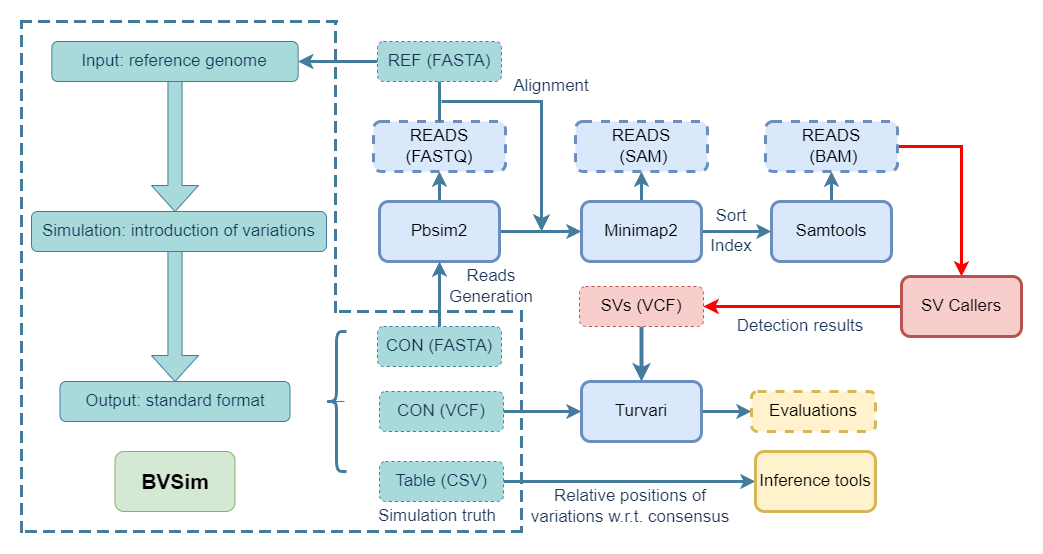
YongyiLuo98/BVSim keeps this draw.io diagram as flow_chart_pipline.png. Above is the earlier version. Source tidied: cells renumbered, new cells last; positions are measured from the earlier drawing's top-left corner, leaving out a move shared by most shapes.
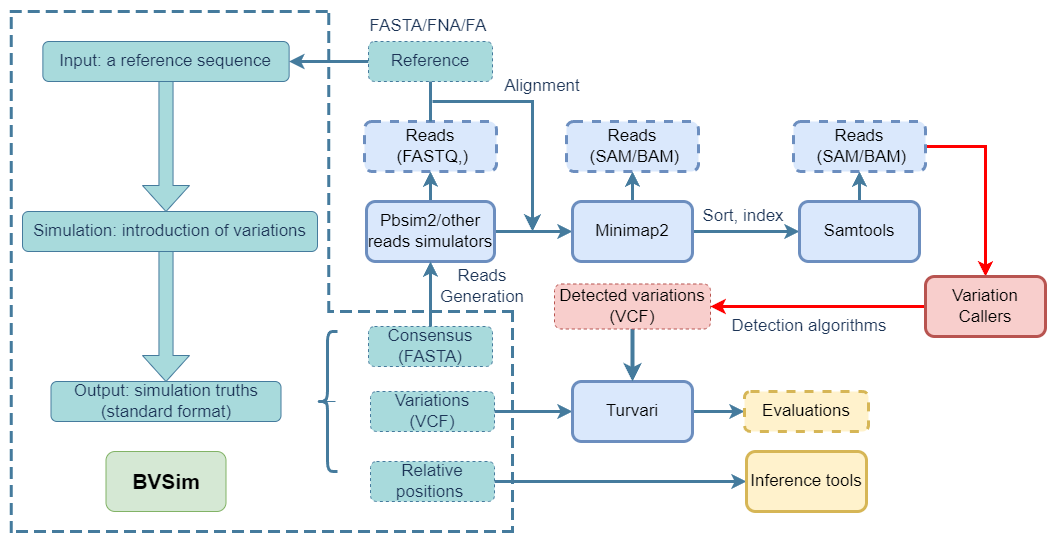
After the commit.

Diff of the diagram source:
```diff
@@ -5,13 +5,13 @@
     <mxCell id="2" style="edgeStyle=orthogonalEdgeStyle;rounded=0;jettySize=auto;html=1;strokeColor=#457B9D;fontColor=#1D3557;fillColor=#A8DADC;" parent="1" edge="1" source="3" target="8">
       <mxGeometry relative="1" as="geometry" />
     </mxCell>
-    <mxCell id="3" value="Input: reference genome" style="rounded=1;whiteSpace=wrap;html=1;fontSize=17;glass=0;strokeWidth=1;shadow=0;labelBackgroundColor=none;fillColor=#A8DADC;strokeColor=#457B9D;fontColor=#1D3557;" parent="1" vertex="1">
+    <mxCell id="3" value="Input: a reference sequence" style="rounded=1;whiteSpace=wrap;html=1;fontSize=17;glass=0;strokeWidth=1;shadow=0;labelBackgroundColor=none;fillColor=#A8DADC;strokeColor=#457B9D;fontColor=#1D3557;" parent="1" vertex="1">
       <mxGeometry x="30.4" y="20" width="246.2" height="40" as="geometry" />
     </mxCell>
     <mxCell id="4" value="Simulation: introduction of variations" style="rounded=1;whiteSpace=wrap;html=1;fontSize=17;glass=0;strokeWidth=1;shadow=0;labelBackgroundColor=none;fillColor=#A8DADC;strokeColor=#457B9D;fontColor=#1D3557;" parent="1" vertex="1">
       <mxGeometry x="10" y="190" width="295" height="40" as="geometry" />
     </mxCell>
-    <mxCell id="5" value="Output: standard format" style="rounded=1;whiteSpace=wrap;html=1;fontSize=17;glass=0;strokeWidth=1;shadow=0;labelBackgroundColor=none;fillColor=#A8DADC;strokeColor=#457B9D;fontColor=#1D3557;" parent="1" vertex="1">
+    <mxCell id="5" value="Output: simulation truths&lt;div&gt;(standard format)&lt;/div&gt;" style="rounded=1;whiteSpace=wrap;html=1;fontSize=17;glass=0;strokeWidth=1;shadow=0;labelBackgroundColor=none;fillColor=#A8DADC;strokeColor=#457B9D;fontColor=#1D3557;" parent="1" vertex="1">
       <mxGeometry x="38.5" y="360" width="230" height="40" as="geometry" />
     </mxCell>
     <mxCell id="6" style="shape=singleArrow;direction=south;whiteSpace=wrap;html=1;labelBackgroundColor=none;fillColor=#A8DADC;strokeColor=#457B9D;fontColor=#1D3557;" parent="1" vertex="1">
@@ -29,8 +29,8 @@
     <mxCell id="10" style="edgeStyle=orthogonalEdgeStyle;rounded=0;jettySize=auto;html=1;exitX=0.5;exitY=0;exitDx=0;exitDy=0;entryX=0.5;entryY=1;entryDx=0;entryDy=0;strokeColor=#457B9D;fontColor=#1D3557;fillColor=#A8DADC;strokeWidth=3;" parent="1" edge="1" source="11" target="17">
       <mxGeometry relative="1" as="geometry" />
     </mxCell>
-    <mxCell id="11" value="Pbsim2" style="rounded=1;whiteSpace=wrap;html=1;strokeColor=#6c8ebf;fillColor=#dae8fc;strokeWidth=3;fontSize=17;" parent="1" vertex="1">
-      <mxGeometry x="358" y="180" width="120" height="60" as="geometry" />
+    <mxCell id="11" value="Pbsim2/other reads simulators" style="rounded=1;whiteSpace=wrap;html=1;strokeColor=#6c8ebf;fillColor=#dae8fc;strokeWidth=3;fontSize=17;" parent="1" vertex="1">
+      <mxGeometry x="354" y="180" width="128" height="60" as="geometry" />
     </mxCell>
     <mxCell id="12" style="edgeStyle=orthogonalEdgeStyle;rounded=0;orthogonalLoop=1;jettySize=auto;html=1;exitX=0.9;exitY=0.5;exitDx=0;exitDy=0;exitPerimeter=0;entryX=0.1;entryY=0.5;entryDx=0;entryDy=0;entryPerimeter=0;strokeColor=#457B9D;fontColor=#1D3557;fillColor=#A8DADC;" parent="1" edge="1" source="7" target="7">
       <mxGeometry relative="1" as="geometry" />
@@ -38,28 +38,28 @@
     <mxCell id="13" style="edgeStyle=orthogonalEdgeStyle;rounded=0;jettySize=auto;html=1;strokeColor=#457B9D;fontColor=#1D3557;fillColor=#A8DADC;strokeWidth=3;" parent="1" edge="1" source="14" target="3">
       <mxGeometry relative="1" as="geometry" />
     </mxCell>
-    <mxCell id="14" value="REF (FASTA)" style="rounded=1;whiteSpace=wrap;html=1;fontSize=17;glass=0;strokeWidth=1;shadow=0;labelBackgroundColor=none;fillColor=#A8DADC;strokeColor=#457B9D;fontColor=#1D3557;dashed=1;" parent="1" vertex="1">
+    <mxCell id="14" value="Reference" style="rounded=1;whiteSpace=wrap;html=1;fontSize=17;glass=0;strokeWidth=1;shadow=0;labelBackgroundColor=none;fillColor=#A8DADC;strokeColor=#457B9D;fontColor=#1D3557;dashed=1;" parent="1" vertex="1">
       <mxGeometry x="356" y="20" width="124" height="40" as="geometry" />
     </mxCell>
     <mxCell id="15" style="edgeStyle=orthogonalEdgeStyle;rounded=0;jettySize=auto;html=1;strokeColor=#457B9D;fontColor=#1D3557;fillColor=#A8DADC;strokeWidth=3;" parent="1" edge="1" source="16" target="11">
       <mxGeometry relative="1" as="geometry" />
     </mxCell>
-    <mxCell id="16" value="CON (FASTA)" style="rounded=1;whiteSpace=wrap;html=1;fontSize=17;glass=0;strokeWidth=1;shadow=0;labelBackgroundColor=none;fillColor=#A8DADC;strokeColor=#457B9D;fontColor=#1D3557;dashed=1;" parent="1" vertex="1">
+    <mxCell id="16" value="Consensus (FASTA)" style="rounded=1;whiteSpace=wrap;html=1;fontSize=17;glass=0;strokeWidth=1;shadow=0;labelBackgroundColor=none;fillColor=#A8DADC;strokeColor=#457B9D;fontColor=#1D3557;dashed=1;" parent="1" vertex="1">
       <mxGeometry x="356" y="305" width="124" height="40" as="geometry" />
     </mxCell>
-    <mxCell id="17" value="READS (FASTQ)" style="rounded=1;whiteSpace=wrap;html=1;fontSize=17;glass=0;strokeWidth=3;shadow=0;labelBackgroundColor=none;fillColor=#dae8fc;strokeColor=#6c8ebf;dashed=1;" parent="1" vertex="1">
+    <mxCell id="17" value="Reads&lt;div&gt;&amp;nbsp;(FASTQ,)&lt;/div&gt;" style="rounded=1;whiteSpace=wrap;html=1;fontSize=17;glass=0;strokeWidth=3;shadow=0;labelBackgroundColor=none;fillColor=#dae8fc;strokeColor=#6c8ebf;dashed=1;" parent="1" vertex="1">
       <mxGeometry x="352" y="100" width="132" height="50" as="geometry" />
     </mxCell>
     <mxCell id="18" style="edgeStyle=orthogonalEdgeStyle;rounded=0;jettySize=auto;html=1;exitX=1;exitY=0.5;exitDx=0;exitDy=0;entryX=0;entryY=0.5;entryDx=0;entryDy=0;strokeColor=#457B9D;fontColor=#1D3557;fillColor=#A8DADC;strokeWidth=3;" parent="1" edge="1" source="19" target="31">
       <mxGeometry relative="1" as="geometry" />
     </mxCell>
-    <mxCell id="19" value="CON (VCF)" style="rounded=1;whiteSpace=wrap;html=1;fontSize=17;glass=0;strokeWidth=1;shadow=0;labelBackgroundColor=none;fillColor=#A8DADC;strokeColor=#457B9D;fontColor=#1D3557;dashed=1;" parent="1" vertex="1">
+    <mxCell id="19" value="Variations (VCF)" style="rounded=1;whiteSpace=wrap;html=1;fontSize=17;glass=0;strokeWidth=1;shadow=0;labelBackgroundColor=none;fillColor=#A8DADC;strokeColor=#457B9D;fontColor=#1D3557;dashed=1;" parent="1" vertex="1">
       <mxGeometry x="358" y="370" width="124" height="40" as="geometry" />
     </mxCell>
     <mxCell id="20" style="edgeStyle=orthogonalEdgeStyle;rounded=0;jettySize=auto;html=1;strokeColor=#457B9D;fontColor=#1D3557;fillColor=#A8DADC;entryX=0;entryY=0.5;entryDx=0;entryDy=0;strokeWidth=3;" parent="1" edge="1" source="21" target="45">
       <mxGeometry relative="1" as="geometry" />
     </mxCell>
-    <mxCell id="21" value="Table (CSV)" style="rounded=1;whiteSpace=wrap;html=1;fontSize=17;glass=0;strokeWidth=1;shadow=0;labelBackgroundColor=none;fillColor=#A8DADC;strokeColor=#457B9D;fontColor=#1D3557;dashed=1;" parent="1" vertex="1">
+    <mxCell id="21" value="Relative positions&amp;nbsp;" style="rounded=1;whiteSpace=wrap;html=1;fontSize=17;glass=0;strokeWidth=1;shadow=0;labelBackgroundColor=none;fillColor=#A8DADC;strokeColor=#457B9D;fontColor=#1D3557;dashed=1;" parent="1" vertex="1">
       <mxGeometry x="358" y="440" width="124" height="40" as="geometry" />
     </mxCell>
     <mxCell id="22" style="edgeStyle=orthogonalEdgeStyle;rounded=0;jettySize=auto;html=1;strokeColor=#457B9D;fontColor=#1D3557;fillColor=#A8DADC;strokeWidth=3;" parent="1" edge="1" source="24" target="29">
@@ -86,7 +86,7 @@
         <mxPoint x="520" y="210" as="targetPoint" />
       </mxGeometry>
     </mxCell>
-    <mxCell id="29" value="READS&lt;div&gt;&amp;nbsp;(SAM)&lt;/div&gt;" style="rounded=1;whiteSpace=wrap;html=1;fontSize=17;glass=0;strokeWidth=3;shadow=0;labelBackgroundColor=none;fillColor=#dae8fc;strokeColor=#6c8ebf;dashed=1;" parent="1" vertex="1">
+    <mxCell id="29" value="Reads&lt;div&gt;&amp;nbsp;(SAM/BAM)&lt;/div&gt;" style="rounded=1;whiteSpace=wrap;html=1;fontSize=17;glass=0;strokeWidth=3;shadow=0;labelBackgroundColor=none;fillColor=#dae8fc;strokeColor=#6c8ebf;dashed=1;" parent="1" vertex="1">
       <mxGeometry x="554" y="100" width="132" height="50" as="geometry" />
     </mxCell>
     <mxCell id="30" style="edgeStyle=orthogonalEdgeStyle;rounded=0;jettySize=auto;html=1;strokeColor=#457B9D;fontColor=#1D3557;fillColor=#A8DADC;strokeWidth=3;" parent="1" edge="1" source="31" target="42">
@@ -99,58 +99,52 @@
       <mxGeometry relative="1" as="geometry" />
     </mxCell>
     <mxCell id="33" value="Samtools" style="rounded=1;whiteSpace=wrap;html=1;strokeColor=#6c8ebf;fillColor=#dae8fc;strokeWidth=3;fontSize=17;" parent="1" vertex="1">
-      <mxGeometry x="750" y="180" width="120" height="60" as="geometry" />
+      <mxGeometry x="787" y="180" width="120" height="60" as="geometry" />
     </mxCell>
-    <mxCell id="34" style="edgeStyle=orthogonalEdgeStyle;rounded=0;jettySize=auto;html=1;strokeColor=#FF0000;fontColor=#1D3557;fillColor=#A8DADC;entryX=0.5;entryY=0;entryDx=0;entryDy=0;strokeWidth=3;" parent="1" edge="1" source="35" target="39">
+    <mxCell id="34" style="edgeStyle=orthogonalEdgeStyle;rounded=0;jettySize=auto;html=1;strokeColor=#FF0000;fontColor=#1D3557;fillColor=#A8DADC;entryX=0.5;entryY=0;entryDx=0;entryDy=0;strokeWidth=3;exitX=1;exitY=0.5;exitDx=0;exitDy=0;" parent="1" edge="1" source="35" target="39">
       <mxGeometry relative="1" as="geometry" />
     </mxCell>
-    <mxCell id="35" value="READS&lt;div&gt;&amp;nbsp;(BAM)&lt;/div&gt;" style="rounded=1;whiteSpace=wrap;html=1;fontSize=17;glass=0;strokeWidth=3;shadow=0;labelBackgroundColor=none;fillColor=#dae8fc;strokeColor=#6c8ebf;dashed=1;" parent="1" vertex="1">
-      <mxGeometry x="744" y="100" width="132" height="50" as="geometry" />
+    <mxCell id="35" value="Reads&lt;div&gt;&amp;nbsp;(SAM/BAM)&lt;/div&gt;" style="rounded=1;whiteSpace=wrap;html=1;fontSize=17;glass=0;strokeWidth=3;shadow=0;labelBackgroundColor=none;fillColor=#dae8fc;strokeColor=#6c8ebf;dashed=1;" parent="1" vertex="1">
+      <mxGeometry x="781" y="100" width="132" height="50" as="geometry" />
     </mxCell>
-    <mxCell id="36" value="Index" style="text;html=1;align=center;verticalAlign=middle;whiteSpace=wrap;rounded=0;fontColor=#1D3557;fontSize=17;" parent="1" vertex="1">
-      <mxGeometry x="660" y="210" width="100" height="30" as="geometry" />
-    </mxCell>
-    <mxCell id="37" value="Sort" style="text;html=1;align=center;verticalAlign=middle;whiteSpace=wrap;rounded=0;fontColor=#1D3557;fontSize=17;" parent="1" vertex="1">
-      <mxGeometry x="660" y="180" width="100" height="30" as="geometry" />
+    <mxCell id="37" value="Sort, index" style="text;html=1;align=center;verticalAlign=middle;whiteSpace=wrap;rounded=0;fontColor=#1D3557;fontSize=17;" parent="1" vertex="1">
+      <mxGeometry x="681" y="180" width="100" height="30" as="geometry" />
     </mxCell>
     <mxCell id="38" style="edgeStyle=orthogonalEdgeStyle;rounded=0;jettySize=auto;html=1;strokeColor=#FF0000;fontColor=#1D3557;fillColor=#A8DADC;strokeWidth=3;" parent="1" edge="1" source="39" target="41">
       <mxGeometry relative="1" as="geometry" />
     </mxCell>
-    <mxCell id="39" value="SV Callers" style="rounded=1;whiteSpace=wrap;html=1;strokeColor=#b85450;fillColor=#f8cecc;strokeWidth=3;fontSize=17;" parent="1" vertex="1">
-      <mxGeometry x="880" y="255" width="120" height="60" as="geometry" />
+    <mxCell id="39" value="Variation Callers" style="rounded=1;whiteSpace=wrap;html=1;strokeColor=#b85450;fillColor=#f8cecc;strokeWidth=3;fontSize=17;" parent="1" vertex="1">
+      <mxGeometry x="913" y="255" width="120" height="60" as="geometry" />
     </mxCell>
     <mxCell id="40" style="edgeStyle=orthogonalEdgeStyle;rounded=0;jettySize=auto;html=1;strokeColor=#457B9D;fontColor=#1D3557;fillColor=#A8DADC;strokeWidth=4;" parent="1" edge="1" source="41" target="31">
       <mxGeometry relative="1" as="geometry" />
     </mxCell>
-    <mxCell id="41" value="SVs (VCF)" style="rounded=1;whiteSpace=wrap;html=1;fontSize=17;glass=0;strokeWidth=1;shadow=0;labelBackgroundColor=none;fillColor=#f8cecc;strokeColor=#b85450;dashed=1;" parent="1" vertex="1">
-      <mxGeometry x="558" y="265" width="124" height="40" as="geometry" />
+    <mxCell id="41" value="Detected variations (VCF)" style="rounded=1;whiteSpace=wrap;html=1;fontSize=17;glass=0;strokeWidth=1;shadow=0;labelBackgroundColor=none;fillColor=#f8cecc;strokeColor=#b85450;dashed=1;" parent="1" vertex="1">
+      <mxGeometry x="542" y="262.5" width="156" height="45" as="geometry" />
     </mxCell>
     <mxCell id="42" value="Evaluations" style="rounded=1;whiteSpace=wrap;html=1;fontSize=17;glass=0;strokeWidth=3;shadow=0;labelBackgroundColor=none;fillColor=#fff2cc;strokeColor=#d6b656;dashed=1;" parent="1" vertex="1">
-      <mxGeometry x="730" y="370" width="124" height="40" as="geometry" />
+      <mxGeometry x="732" y="370" width="124" height="40" as="geometry" />
     </mxCell>
-    <mxCell id="43" value="Simulation truth" style="text;html=1;align=center;verticalAlign=middle;whiteSpace=wrap;rounded=0;fontColor=#1D3557;fontSize=17;" parent="1" vertex="1">
-      <mxGeometry x="332" y="480" width="168" height="30" as="geometry" />
-    </mxCell>
-    <mxCell id="44" value="Detection results" style="text;html=1;align=center;verticalAlign=middle;whiteSpace=wrap;rounded=0;fontColor=#1D3557;fontSize=17;" parent="1" vertex="1">
-      <mxGeometry x="704" y="290" width="150" height="30" as="geometry" />
+    <mxCell id="44" value="Detection algorithms" style="text;html=1;align=center;verticalAlign=middle;whiteSpace=wrap;rounded=0;fontColor=#1D3557;fontSize=17;" parent="1" vertex="1">
+      <mxGeometry x="704" y="290" width="186" height="30" as="geometry" />
     </mxCell>
     <mxCell id="45" value="Inference tools" style="rounded=1;whiteSpace=wrap;html=1;strokeColor=#d6b656;fillColor=#fff2cc;strokeWidth=3;fontSize=17;" parent="1" vertex="1">
       <mxGeometry x="734" y="430" width="120" height="60" as="geometry" />
     </mxCell>
-    <mxCell id="46" value="&lt;span style=&quot;background-color: initial;&quot;&gt;Relative positions of v&lt;/span&gt;ar&lt;span style=&quot;background-color: initial;&quot;&gt;iations&amp;nbsp;&lt;/span&gt;&lt;span style=&quot;background-color: initial;&quot;&gt;w.r.t. consensus&lt;/span&gt;" style="text;html=1;align=center;verticalAlign=middle;whiteSpace=wrap;rounded=0;fontColor=#1D3557;fontSize=17;" parent="1" vertex="1">
-      <mxGeometry x="500" y="470" width="218" height="30" as="geometry" />
-    </mxCell>
     <mxCell id="47" style="shape=partialRectangle;whiteSpace=wrap;html=1;bottom=0;right=0;fillColor=none;strokeColor=#457B9D;fontColor=#1D3557;strokeWidth=3;dashed=1;" parent="1" vertex="1">
-      <mxGeometry width="320" height="510" as="geometry" />
+      <mxGeometry x="-1.2" y="-10" width="317.5" height="520" as="geometry" />
     </mxCell>
     <mxCell id="48" style="shape=partialRectangle;whiteSpace=wrap;html=1;bottom=0;right=0;fillColor=none;strokeColor=#457B9D;fontColor=#1D3557;direction=west;strokeWidth=3;dashed=1;" parent="1" vertex="1">
-      <mxGeometry y="290" width="500" height="220" as="geometry" />
+      <mxGeometry x="-1.2" y="290" width="501.2" height="220" as="geometry" />
     </mxCell>
     <mxCell id="49" style="shape=partialRectangle;whiteSpace=wrap;html=1;bottom=0;right=0;fillColor=none;strokeColor=#457B9D;fontColor=#1D3557;direction=north;strokeWidth=3;dashed=1;" parent="1" vertex="1">
-      <mxGeometry x="314" width="176" height="290" as="geometry" />
+      <mxGeometry x="316.2" y="-10" width="183.8" height="300" as="geometry" />
     </mxCell>
     <mxCell id="50" value="BVSim" style="rounded=1;whiteSpace=wrap;html=1;strokeColor=#82b366;fillColor=#d5e8d4;fontSize=21;fontStyle=1;" parent="1" vertex="1">
       <mxGeometry x="93.5" y="430" width="120" height="60" as="geometry" />
     </mxCell>
+    <mxCell id="51" value="FASTA/FNA/FA" style="text;html=1;align=center;verticalAlign=middle;whiteSpace=wrap;rounded=0;fontColor=#1D3557;fontSize=17;" parent="1" vertex="1">
+      <mxGeometry x="323" y="-10" width="186" height="30" as="geometry" />
+    </mxCell>
   </root>
 </mxGraphModel>
```
